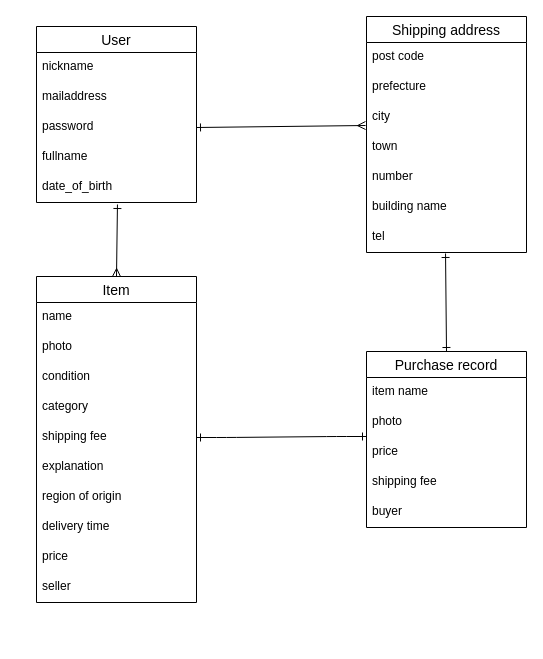
This is furima.dio from frmwkym/furima-40918, a draw.io file, before an edit. Source tidied: cells renumbered, new cells numbered last; positions are measured from the earlier drawing's top-left corner, leaving out a move shared by most shapes. Both pictures are drawn from the tidied source at 100%, with x=0, y=0 at pixel (36, 16).
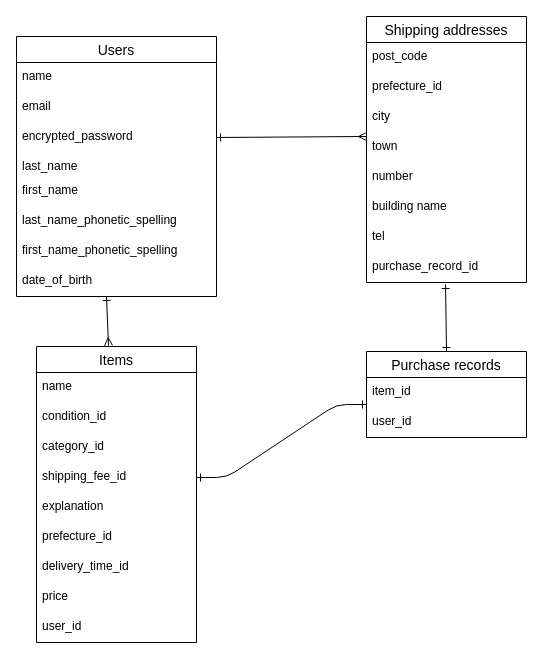
Above is the later version.

Commit message (it also covers changes not shown here):
データベース設計2

Unchanged cells that the change refers to:
```xml
<mxCell id="22" value="city" style="text;strokeColor=none;fillColor=none;spacingLeft=4;spacingRight=4;overflow=hidden;points=[[0,0.5],[1,0.5]];portConstraint=eastwest;fontSize=12;" parent="19" vertex="1">
  <mxGeometry y="86" width="160" height="30" as="geometry" />
</mxCell>
<mxCell id="26" value="tel" style="text;strokeColor=none;fillColor=none;spacingLeft=4;spacingRight=4;overflow=hidden;points=[[0,0.5],[1,0.5]];portConstraint=eastwest;fontSize=12;" parent="19" vertex="1">
  <mxGeometry y="206" width="160" height="30" as="geometry" />
</mxCell>
```

The edit, as a diff of the source:
```diff
@@
-    <mxCell id="2" value="User" style="swimlane;fontStyle=0;horizontal=1;startSize=26;align=center;fontSize=14;" parent="1" vertex="1">
-      <mxGeometry y="10" width="160" height="176" as="geometry" />
+    <mxCell id="2" value="Users" style="swimlane;fontStyle=0;horizontal=1;startSize=26;align=center;fontSize=14;" parent="1" vertex="1">
+      <mxGeometry x="-20" y="20" width="200" height="260" as="geometry" />
     </mxCell>
-    <mxCell id="3" value="nickname" style="text;strokeColor=none;fillColor=none;spacingLeft=4;spacingRight=4;overflow=hidden;fontSize=12;" parent="2" vertex="1">
-      <mxGeometry y="26" width="160" height="30" as="geometry" />
+    <mxCell id="3" value="name" style="text;strokeColor=none;fillColor=none;spacingLeft=4;spacingRight=4;overflow=hidden;fontSize=12;" parent="2" vertex="1">
+      <mxGeometry y="26" width="200" height="30" as="geometry" />
     </mxCell>
-    <mxCell id="4" value="mailaddress" style="text;strokeColor=none;fillColor=none;spacingLeft=4;spacingRight=4;overflow=hidden;fontSize=12;" parent="2" vertex="1">
-      <mxGeometry y="56" width="160" height="30" as="geometry" />
+    <mxCell id="4" value="email" style="text;strokeColor=none;fillColor=none;spacingLeft=4;spacingRight=4;overflow=hidden;fontSize=12;" parent="2" vertex="1">
+      <mxGeometry y="56" width="200" height="30" as="geometry" />
     </mxCell>
-    <mxCell id="5" value="password" style="text;strokeColor=none;fillColor=none;spacingLeft=4;spacingRight=4;overflow=hidden;points=[[0,0.5],[1,0.5]];portConstraint=eastwest;fontSize=12;" parent="2" vertex="1">
-      <mxGeometry y="86" width="160" height="30" as="geometry" />
+    <mxCell id="5" value="encrypted_password" style="text;strokeColor=none;fillColor=none;spacingLeft=4;spacingRight=4;overflow=hidden;points=[[0,0.5],[1,0.5]];portConstraint=eastwest;fontSize=12;" parent="2" vertex="1">
+      <mxGeometry y="86" width="200" height="30" as="geometry" />
     </mxCell>
-    <mxCell id="6" value="fullname" style="text;strokeColor=none;fillColor=none;spacingLeft=4;spacingRight=4;overflow=hidden;fontSize=12;" parent="2" vertex="1">
-      <mxGeometry y="116" width="160" height="30" as="geometry" />
+    <mxCell id="6" value="last_name" style="text;strokeColor=none;fillColor=none;spacingLeft=4;spacingRight=4;overflow=hidden;fontSize=12;" parent="2" vertex="1">
+      <mxGeometry y="116" width="200" height="24" as="geometry" />
     </mxCell>
-    <mxCell id="7" value="date_of_birth" style="text;strokeColor=none;fillColor=none;spacingLeft=4;spacingRight=4;overflow=hidden;points=[[0,0.5],[1,0.5]];portConstraint=eastwest;fontSize=12;" parent="2" vertex="1">
-      <mxGeometry y="146" width="160" height="30" as="geometry" />
+    <mxCell id="7" value="first_name" style="text;strokeColor=none;fillColor=none;spacingLeft=4;spacingRight=4;overflow=hidden;points=[[0,0.5],[1,0.5]];portConstraint=eastwest;fontSize=12;" parent="2" vertex="1">
+      <mxGeometry y="140" width="200" height="30" as="geometry" />
     </mxCell>
+    <mxCell id="37" value="last_name_phonetic_spelling" style="text;strokeColor=none;fillColor=none;spacingLeft=4;spacingRight=4;overflow=hidden;fontSize=12;" parent="2" vertex="1">
+      <mxGeometry y="170" width="200" height="30" as="geometry" />
+    </mxCell>
+    <mxCell id="38" value="first_name_phonetic_spelling" style="text;strokeColor=none;fillColor=none;spacingLeft=4;spacingRight=4;overflow=hidden;fontSize=12;" parent="2" vertex="1">
+      <mxGeometry y="200" width="200" height="30" as="geometry" />
+    </mxCell>
+    <mxCell id="39" value="date_of_birth" style="text;strokeColor=none;fillColor=none;spacingLeft=4;spacingRight=4;overflow=hidden;fontSize=12;" parent="2" vertex="1">
+      <mxGeometry y="230" width="200" height="30" as="geometry" />
+    </mxCell>
-    <mxCell id="8" value="Item" style="swimlane;fontStyle=0;horizontal=1;startSize=26;align=center;fontSize=14;" parent="1" vertex="1">
-      <mxGeometry y="260" width="160" height="326" as="geometry" />
+    <mxCell id="8" value="Items" style="swimlane;fontStyle=0;horizontal=1;startSize=26;align=center;fontSize=14;" parent="1" vertex="1">
+      <mxGeometry y="330" width="160" height="296" as="geometry" />
     </mxCell>
@@
-    <mxCell id="10" value="photo" style="text;strokeColor=none;fillColor=none;spacingLeft=4;spacingRight=4;overflow=hidden;fontSize=12;" parent="8" vertex="1">
-      <mxGeometry y="56" width="160" height="30" as="geometry" />
-    </mxCell>
-    <mxCell id="11" value="condition" style="text;strokeColor=none;fillColor=none;spacingLeft=4;spacingRight=4;overflow=hidden;fontSize=12;" parent="8" vertex="1">
-      <mxGeometry y="86" width="160" height="30" as="geometry" />
+    <mxCell id="11" value="condition_id" style="text;strokeColor=none;fillColor=none;spacingLeft=4;spacingRight=4;overflow=hidden;fontSize=12;" parent="8" vertex="1">
+      <mxGeometry y="56" width="160" height="30" as="geometry" />
     </mxCell>
-    <mxCell id="12" value="category" style="text;strokeColor=none;fillColor=none;spacingLeft=4;spacingRight=4;overflow=hidden;fontSize=12;" parent="8" vertex="1">
-      <mxGeometry y="116" width="160" height="30" as="geometry" />
+    <mxCell id="12" value="category_id" style="text;strokeColor=none;fillColor=none;spacingLeft=4;spacingRight=4;overflow=hidden;fontSize=12;" parent="8" vertex="1">
+      <mxGeometry y="86" width="160" height="30" as="geometry" />
     </mxCell>
-    <mxCell id="13" value="shipping fee" style="text;strokeColor=none;fillColor=none;spacingLeft=4;spacingRight=4;overflow=hidden;points=[[0,0.5],[1,0.5]];portConstraint=eastwest;fontSize=12;" parent="8" vertex="1">
-      <mxGeometry y="146" width="160" height="30" as="geometry" />
+    <mxCell id="13" value="shipping_fee_id" style="text;strokeColor=none;fillColor=none;spacingLeft=4;spacingRight=4;overflow=hidden;points=[[0,0.5],[1,0.5]];portConstraint=eastwest;fontSize=12;fontStyle=0;" parent="8" vertex="1">
+      <mxGeometry y="116" width="160" height="30" as="geometry" />
     </mxCell>
     <mxCell id="14" value="explanation" style="text;strokeColor=none;fillColor=none;spacingLeft=4;spacingRight=4;overflow=hidden;fontSize=12;" parent="8" vertex="1">
-      <mxGeometry y="176" width="160" height="30" as="geometry" />
+      <mxGeometry y="146" width="160" height="30" as="geometry" />
     </mxCell>
-    <mxCell id="15" value="region of origin" style="text;strokeColor=none;fillColor=none;spacingLeft=4;spacingRight=4;overflow=hidden;fontSize=12;" parent="8" vertex="1">
-      <mxGeometry y="206" width="160" height="30" as="geometry" />
+    <mxCell id="15" value="prefecture_id" style="text;strokeColor=none;fillColor=none;spacingLeft=4;spacingRight=4;overflow=hidden;fontSize=12;" parent="8" vertex="1">
+      <mxGeometry y="176" width="160" height="30" as="geometry" />
     </mxCell>
-    <mxCell id="16" value="delivery time" style="text;strokeColor=none;fillColor=none;spacingLeft=4;spacingRight=4;overflow=hidden;fontSize=12;" parent="8" vertex="1">
-      <mxGeometry y="236" width="160" height="30" as="geometry" />
+    <mxCell id="16" value="delivery_time_id" style="text;strokeColor=none;fillColor=none;spacingLeft=4;spacingRight=4;overflow=hidden;fontSize=12;" parent="8" vertex="1">
+      <mxGeometry y="206" width="160" height="30" as="geometry" />
     </mxCell>
     <mxCell id="17" value="price" style="text;strokeColor=none;fillColor=none;spacingLeft=4;spacingRight=4;overflow=hidden;fontSize=12;" parent="8" vertex="1">
-      <mxGeometry y="266" width="160" height="30" as="geometry" />
+      <mxGeometry y="236" width="160" height="30" as="geometry" />
     </mxCell>
-    <mxCell id="18" value="seller" style="text;strokeColor=none;fillColor=none;spacingLeft=4;spacingRight=4;overflow=hidden;fontSize=12;" parent="8" vertex="1">
-      <mxGeometry y="296" width="160" height="30" as="geometry" />
+    <mxCell id="18" value="user_id" style="text;strokeColor=none;fillColor=none;spacingLeft=4;spacingRight=4;overflow=hidden;fontSize=12;" parent="8" vertex="1">
+      <mxGeometry y="266" width="160" height="30" as="geometry" />
     </mxCell>
-    <mxCell id="19" value="Shipping address" style="swimlane;fontStyle=0;horizontal=1;startSize=26;align=center;fontSize=14;" parent="1" vertex="1">
-      <mxGeometry x="330" width="160" height="236" as="geometry" />
+    <mxCell id="19" value="Shipping addresses" style="swimlane;fontStyle=0;horizontal=1;startSize=26;align=center;fontSize=14;" parent="1" vertex="1">
+      <mxGeometry x="330" width="160" height="266" as="geometry" />
     </mxCell>
-    <mxCell id="20" value="post code" style="text;strokeColor=none;fillColor=none;spacingLeft=4;spacingRight=4;overflow=hidden;fontSize=12;" parent="19" vertex="1">
+    <mxCell id="20" value="post_code" style="text;strokeColor=none;fillColor=none;spacingLeft=4;spacingRight=4;overflow=hidden;fontSize=12;" parent="19" vertex="1">
       <mxGeometry y="26" width="160" height="30" as="geometry" />
     </mxCell>
-    <mxCell id="21" value="prefecture" style="text;strokeColor=none;fillColor=none;spacingLeft=4;spacingRight=4;overflow=hidden;fontSize=12;" parent="19" vertex="1">
+    <mxCell id="21" value="prefecture_id" style="text;strokeColor=none;fillColor=none;spacingLeft=4;spacingRight=4;overflow=hidden;fontSize=12;" parent="19" vertex="1">
       <mxGeometry y="56" width="160" height="30" as="geometry" />
     </mxCell>
@@
+    <mxCell id="40" value="purchase_record_id" style="text;strokeColor=none;fillColor=none;spacingLeft=4;spacingRight=4;overflow=hidden;points=[[0,0.5],[1,0.5]];portConstraint=eastwest;fontSize=12;" parent="19" vertex="1">
+      <mxGeometry y="236" width="160" height="30" as="geometry" />
+    </mxCell>
-    <mxCell id="27" value="Purchase record" style="swimlane;fontStyle=0;horizontal=1;startSize=26;align=center;fontSize=14;" parent="1" vertex="1">
-      <mxGeometry x="330" y="335" width="160" height="176" as="geometry" />
+    <mxCell id="27" value="Purchase records" style="swimlane;fontStyle=0;horizontal=1;startSize=26;align=center;fontSize=14;" parent="1" vertex="1">
+      <mxGeometry x="330" y="335" width="160" height="86" as="geometry" />
     </mxCell>
-    <mxCell id="28" value="item name" style="text;strokeColor=none;fillColor=none;spacingLeft=4;spacingRight=4;overflow=hidden;fontSize=12;" parent="27" vertex="1">
+    <mxCell id="28" value="item_id" style="text;strokeColor=none;fillColor=none;spacingLeft=4;spacingRight=4;overflow=hidden;fontSize=12;" parent="27" vertex="1">
       <mxGeometry y="26" width="160" height="30" as="geometry" />
     </mxCell>
-    <mxCell id="29" value="photo" style="text;strokeColor=none;fillColor=none;spacingLeft=4;spacingRight=4;overflow=hidden;points=[[0,0.5],[1,0.5]];portConstraint=eastwest;fontSize=12;" parent="27" vertex="1">
+    <mxCell id="29" value="user_id" style="text;strokeColor=none;fillColor=none;spacingLeft=4;spacingRight=4;overflow=hidden;points=[[0,0.5],[1,0.5]];portConstraint=eastwest;fontSize=12;" parent="27" vertex="1">
       <mxGeometry y="56" width="160" height="30" as="geometry" />
     </mxCell>
-    <mxCell id="30" value="price" style="text;strokeColor=none;fillColor=none;spacingLeft=4;spacingRight=4;overflow=hidden;fontSize=12;" parent="27" vertex="1">
-      <mxGeometry y="86" width="160" height="30" as="geometry" />
-    </mxCell>
-    <mxCell id="31" value="shipping fee" style="text;strokeColor=none;fillColor=none;spacingLeft=4;spacingRight=4;overflow=hidden;fontSize=12;" parent="27" vertex="1">
-      <mxGeometry y="116" width="160" height="30" as="geometry" />
-    </mxCell>
-    <mxCell id="32" value="buyer" style="text;strokeColor=none;fillColor=none;spacingLeft=4;spacingRight=4;overflow=hidden;fontSize=12;" parent="27" vertex="1">
-      <mxGeometry y="146" width="160" height="30" as="geometry" />
-    </mxCell>
-    <mxCell id="33" style="edgeStyle=entityRelationEdgeStyle;fontSize=12;html=1;endArrow=ERone;startArrow=ERone;exitX=1;exitY=0.5;exitDx=0;exitDy=0;startFill=0;endFill=0;" parent="1" edge="1" source="13">
-      <mxGeometry relative="1" as="geometry">
-        <mxPoint x="330" y="420" as="targetPoint" />
-      </mxGeometry>
+    <mxCell id="33" style="edgeStyle=entityRelationEdgeStyle;fontSize=12;html=1;endArrow=ERone;startArrow=ERone;exitX=1;exitY=0.5;exitDx=0;exitDy=0;startFill=0;endFill=0;entryX=0;entryY=-0.1;entryDx=0;entryDy=0;entryPerimeter=0;" parent="1" edge="1" source="13" target="29">
+      <mxGeometry relative="1" as="geometry" />
     </mxCell>
-    <mxCell id="34" style="fontSize=12;html=1;endArrow=ERone;startArrow=ERone;strokeColor=default;rounded=1;entryX=0.5;entryY=0;entryDx=0;entryDy=0;exitX=0.494;exitY=1.033;exitDx=0;exitDy=0;exitPerimeter=0;startFill=0;endFill=0;" parent="1" edge="1" source="26" target="27">
+    <mxCell id="34" style="fontSize=12;html=1;endArrow=ERone;startArrow=ERone;strokeColor=default;rounded=1;entryX=0.5;entryY=0;entryDx=0;entryDy=0;exitX=0.494;exitY=1.067;exitDx=0;exitDy=0;exitPerimeter=0;startFill=0;endFill=0;" parent="1" edge="1" source="40" target="27">
       <mxGeometry relative="1" as="geometry" />
     </mxCell>
-    <mxCell id="35" style="fontSize=12;html=1;endArrow=ERmany;rounded=1;strokeColor=default;endFill=0;exitX=0.506;exitY=1.067;exitDx=0;exitDy=0;exitPerimeter=0;entryX=0.5;entryY=0;entryDx=0;entryDy=0;startArrow=ERone;startFill=0;" parent="1" edge="1" source="7" target="8">
-      <mxGeometry relative="1" as="geometry" />
+    <mxCell id="35" style="fontSize=12;html=1;endArrow=ERmany;rounded=1;strokeColor=default;endFill=0;startArrow=ERone;startFill=0;entryX=0.45;entryY=-0.003;entryDx=0;entryDy=0;entryPerimeter=0;" parent="1" edge="1" target="8">
+      <mxGeometry relative="1" as="geometry">
+        <mxPoint x="70" y="280" as="sourcePoint" />
+      </mxGeometry>
     </mxCell>
-    <mxCell id="36" style="fontSize=12;html=1;endArrow=ERmany;rounded=1;strokeColor=default;endFill=0;exitX=1;exitY=0.5;exitDx=0;exitDy=0;entryX=-0.006;entryY=0.767;entryDx=0;entryDy=0;entryPerimeter=0;startArrow=ERone;startFill=0;" parent="1" edge="1" source="5" target="22">
-      <mxGeometry relative="1" as="geometry" />
+    <mxCell id="36" style="fontSize=12;html=1;endArrow=ERmany;rounded=1;strokeColor=default;endFill=0;exitX=1;exitY=0.5;exitDx=0;exitDy=0;startArrow=ERone;startFill=0;" parent="1" edge="1" source="5">
+      <mxGeometry relative="1" as="geometry">
+        <mxPoint x="330" y="120" as="targetPoint" />
+      </mxGeometry>
     </mxCell>
```
